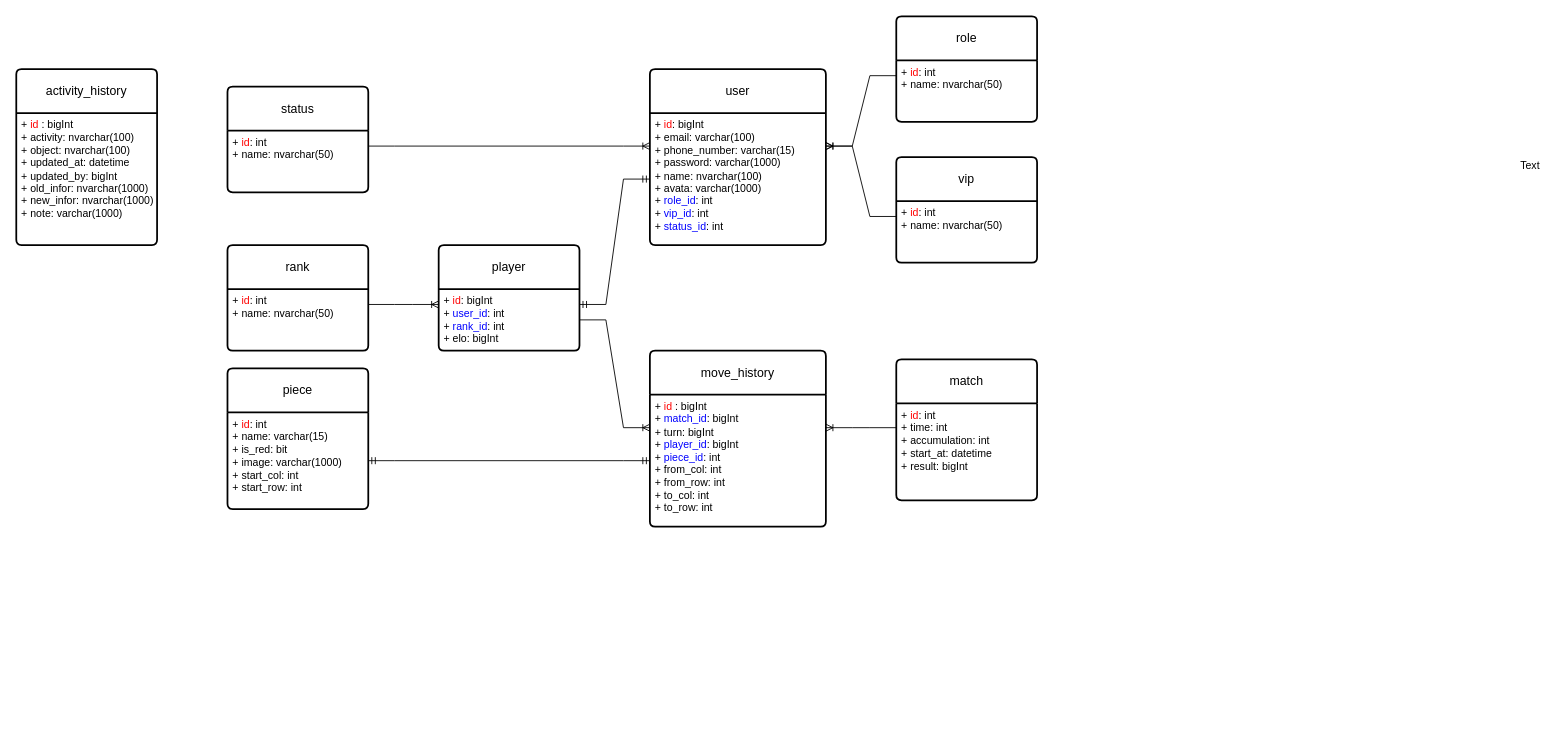
This is diagram/Untitled Diagram.drawio from vansi1804/ChineseChess, a draw.io file, before an edit. Source tidied: cells renumbered, new cells numbered last; positions are measured from the earlier drawing's top-left corner, leaving out a move shared by most shapes. Both pictures are drawn from the tidied source at 88%, with x=0, y=0 at pixel (16, 16).
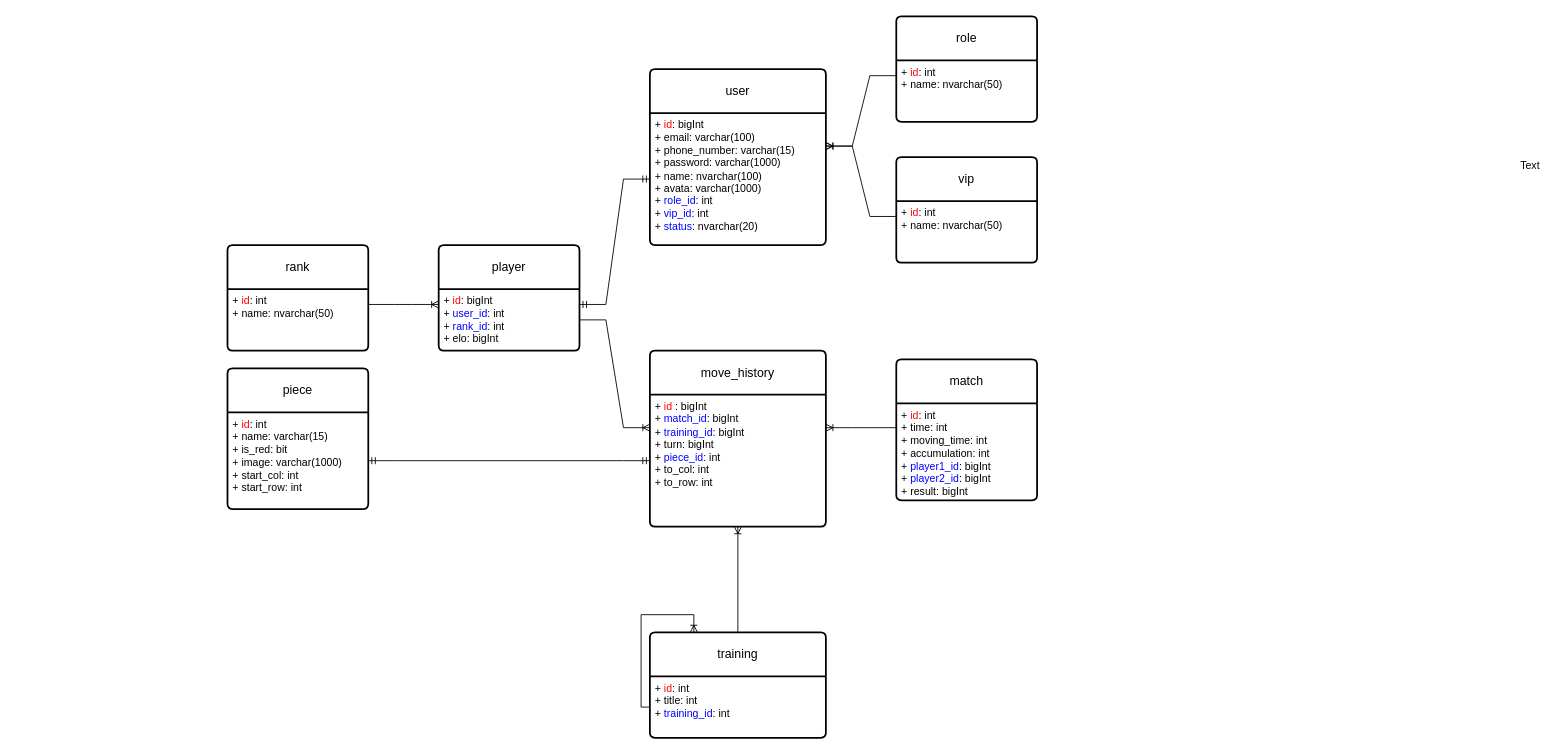
The same page after the edit.

The change refers to these unchanged cells:
```xml
<mxCell id="10" value="match" style="swimlane;horizontal=1;startSize=50;rounded=1;fontSize=14;fontStyle=0;strokeWidth=2;shadow=0;dashed=0;align=center;arcSize=4;whiteSpace=wrap;html=1;" parent="1" vertex="1">
  <mxGeometry x="1000" y="390" width="160" height="160" as="geometry" />
</mxCell>
<mxCell id="14" value="move_history" style="swimlane;horizontal=1;startSize=50;rounded=1;fontSize=14;fontStyle=0;strokeWidth=2;shadow=0;dashed=0;align=center;arcSize=4;whiteSpace=wrap;html=1;" parent="1" vertex="1">
  <mxGeometry x="720" y="380" width="200" height="200" as="geometry" />
</mxCell>
<mxCell id="18" value="user" style="swimlane;horizontal=1;startSize=50;rounded=1;fontSize=14;fontStyle=0;strokeWidth=2;shadow=0;dashed=0;align=center;arcSize=4;whiteSpace=wrap;html=1;" parent="1" vertex="1">
  <mxGeometry x="720" y="60" width="200" height="200" as="geometry" />
</mxCell>
```

What changed in the source:
```diff
@@
-    <mxCell id="11" value="+ &lt;font color=&quot;#ff0000&quot;&gt;id&lt;/font&gt;: int&amp;nbsp; &amp;nbsp; &amp;nbsp; &amp;nbsp; &amp;nbsp; &amp;nbsp; &amp;nbsp; &amp;nbsp; &amp;nbsp; &amp;nbsp; &amp;nbsp; &amp;nbsp; &amp;nbsp;&amp;nbsp;&lt;br&gt;+ time: int&lt;br&gt;+&amp;nbsp;accumulation: int&lt;br&gt;+ start_at: datetime&lt;br style=&quot;border-color: var(--border-color);&quot;&gt;+ result: bigInt&amp;nbsp; &amp;nbsp; &amp;nbsp; &amp;nbsp; &amp;nbsp;&lt;span style=&quot;background-color: initial;&quot;&gt;&amp;nbsp;&amp;nbsp;&lt;/span&gt;" style="align=left;strokeColor=none;fillColor=none;spacingLeft=4;fontSize=12;verticalAlign=top;html=1;" parent="10" vertex="1">
+    <mxCell id="11" value="+ &lt;font color=&quot;#ff0000&quot;&gt;id&lt;/font&gt;: int&amp;nbsp; &amp;nbsp; &amp;nbsp; &amp;nbsp; &amp;nbsp; &amp;nbsp; &amp;nbsp; &amp;nbsp; &amp;nbsp; &amp;nbsp; &amp;nbsp; &amp;nbsp; &amp;nbsp;&amp;nbsp;&lt;br&gt;+ time: int&lt;br&gt;+ moving_time: int&lt;br&gt;+&amp;nbsp;accumulation: int&lt;br&gt;+ &lt;font color=&quot;#0000ff&quot;&gt;player1_id&lt;/font&gt;: bigInt&lt;br style=&quot;border-color: var(--border-color);&quot;&gt;+ &lt;font color=&quot;#0000ff&quot;&gt;player2_id&lt;/font&gt;: bigInt&lt;br style=&quot;border-color: var(--border-color);&quot;&gt;+ result: bigInt&amp;nbsp; &amp;nbsp; &amp;nbsp; &amp;nbsp; &amp;nbsp;&lt;span style=&quot;background-color: initial;&quot;&gt;&amp;nbsp;&amp;nbsp;&lt;/span&gt;" style="align=left;strokeColor=none;fillColor=none;spacingLeft=4;fontSize=12;verticalAlign=top;html=1;" parent="10" vertex="1">
       <mxGeometry y="50" width="160" height="110" as="geometry" />
     </mxCell>
@@
-    <mxCell id="15" value="+ &lt;font color=&quot;#ff0000&quot;&gt;id &lt;/font&gt;: bigInt&amp;nbsp; &amp;nbsp; &amp;nbsp; &amp;nbsp; &amp;nbsp; &amp;nbsp; &amp;nbsp; &amp;nbsp;&amp;nbsp;&lt;br&gt;+ &lt;font color=&quot;#0000ff&quot;&gt;match_id&lt;/font&gt;: bigInt&amp;nbsp; &amp;nbsp; &amp;nbsp;&amp;nbsp;&lt;br&gt;+ turn: bigInt&amp;nbsp; &amp;nbsp; &amp;nbsp;&amp;nbsp;&lt;br&gt;+ &lt;font color=&quot;#0000ff&quot;&gt;player_id&lt;/font&gt;: bigInt&amp;nbsp; &amp;nbsp; &amp;nbsp;&lt;br&gt;+ &lt;font color=&quot;#0000ff&quot;&gt;piece_id&lt;/font&gt;: int&amp;nbsp; &amp;nbsp; &amp;nbsp; &amp;nbsp; &amp;nbsp; &amp;nbsp;&lt;br&gt;+ from_col: int&lt;br&gt;+ from_row: int&lt;br&gt;+ to_col: int&lt;br&gt;+ to_row: int" style="align=left;strokeColor=none;fillColor=none;spacingLeft=4;fontSize=12;verticalAlign=top;html=1;" parent="14" vertex="1">
+    <mxCell id="15" value="+ &lt;font color=&quot;#ff0000&quot;&gt;id &lt;/font&gt;: bigInt&amp;nbsp; &amp;nbsp; &amp;nbsp; &amp;nbsp; &amp;nbsp; &amp;nbsp; &amp;nbsp; &amp;nbsp;&amp;nbsp;&lt;br&gt;+ &lt;font color=&quot;#0000ff&quot;&gt;match_id&lt;/font&gt;: bigInt&lt;br&gt;+ &lt;font color=&quot;#0000ff&quot;&gt;training_id&lt;/font&gt;: bigInt&amp;nbsp; &amp;nbsp; &amp;nbsp;&amp;nbsp;&lt;br&gt;+ turn: bigInt&amp;nbsp; &amp;nbsp; &amp;nbsp;&lt;br&gt;+ &lt;font color=&quot;#0000ff&quot;&gt;piece_id&lt;/font&gt;: int&amp;nbsp;&lt;br&gt;+ to_col: int&lt;br&gt;+ to_row: int" style="align=left;strokeColor=none;fillColor=none;spacingLeft=4;fontSize=12;verticalAlign=top;html=1;" parent="14" vertex="1">
       <mxGeometry y="50" width="200" height="150" as="geometry" />
     </mxCell>
@@
-    <mxCell id="19" value="+ &lt;font color=&quot;#ff0000&quot;&gt;id&lt;/font&gt;: bigInt&amp;nbsp; &amp;nbsp; &amp;nbsp; &amp;nbsp; &amp;nbsp; &amp;nbsp; &amp;nbsp; &amp;nbsp; &amp;nbsp; &amp;nbsp; &amp;nbsp;&amp;nbsp;&lt;br style=&quot;border-color: var(--border-color);&quot;&gt;+ email: varchar(100)&lt;br style=&quot;border-color: var(--border-color);&quot;&gt;+ phone_number: varchar(15)&lt;br&gt;+ password: varchar(1000)&lt;br style=&quot;border-color: var(--border-color);&quot;&gt;+ name: nvarchar(100)&lt;br style=&quot;border-color: var(--border-color);&quot;&gt;+ avata: varchar(1000)&amp;nbsp; &amp;nbsp; &amp;nbsp; &amp;nbsp; &amp;nbsp; &amp;nbsp; &amp;nbsp; &amp;nbsp; &amp;nbsp;&lt;br style=&quot;border-color: var(--border-color);&quot;&gt;+&amp;nbsp;&lt;font style=&quot;border-color: var(--border-color);&quot; color=&quot;#0000ff&quot;&gt;role_id&lt;/font&gt;: int&amp;nbsp;&lt;br&gt;+ &lt;font color=&quot;#0000ff&quot;&gt;vip_id&lt;/font&gt;: int&lt;br&gt;+ &lt;font color=&quot;#0000ff&quot;&gt;status_id&lt;/font&gt;: int&lt;br&gt;&amp;nbsp;" style="align=left;strokeColor=none;fillColor=none;spacingLeft=4;fontSize=12;verticalAlign=top;html=1;" parent="18" vertex="1">
+    <mxCell id="19" value="+ &lt;font color=&quot;#ff0000&quot;&gt;id&lt;/font&gt;: bigInt&amp;nbsp; &amp;nbsp; &amp;nbsp; &amp;nbsp; &amp;nbsp; &amp;nbsp; &amp;nbsp; &amp;nbsp; &amp;nbsp; &amp;nbsp; &amp;nbsp;&amp;nbsp;&lt;br style=&quot;border-color: var(--border-color);&quot;&gt;+ email: varchar(100)&lt;br style=&quot;border-color: var(--border-color);&quot;&gt;+ phone_number: varchar(15)&lt;br&gt;+ password: varchar(1000)&lt;br style=&quot;border-color: var(--border-color);&quot;&gt;+ name: nvarchar(100)&lt;br style=&quot;border-color: var(--border-color);&quot;&gt;+ avata: varchar(1000)&amp;nbsp; &amp;nbsp; &amp;nbsp; &amp;nbsp; &amp;nbsp; &amp;nbsp; &amp;nbsp; &amp;nbsp; &amp;nbsp;&lt;br style=&quot;border-color: var(--border-color);&quot;&gt;+&amp;nbsp;&lt;font style=&quot;border-color: var(--border-color);&quot; color=&quot;#0000ff&quot;&gt;role_id&lt;/font&gt;: int&amp;nbsp;&lt;br&gt;+ &lt;font color=&quot;#0000ff&quot;&gt;vip_id&lt;/font&gt;: int&lt;br&gt;+ &lt;font color=&quot;#0000ff&quot;&gt;status&lt;/font&gt;: nvarchar(20)&lt;br&gt;&amp;nbsp;" style="align=left;strokeColor=none;fillColor=none;spacingLeft=4;fontSize=12;verticalAlign=top;html=1;" parent="18" vertex="1">
       <mxGeometry y="50" width="200" height="150" as="geometry" />
     </mxCell>
@@
-    <mxCell id="21" value="activity_history" style="swimlane;horizontal=1;startSize=50;rounded=1;fontSize=14;fontStyle=0;strokeWidth=2;shadow=0;dashed=0;align=center;arcSize=4;whiteSpace=wrap;html=1;" parent="1" vertex="1">
-      <mxGeometry y="60" width="160" height="200" as="geometry" />
-    </mxCell>
-    <mxCell id="22" value="+ &lt;font color=&quot;#ff0000&quot;&gt;id &lt;/font&gt;: bigInt&amp;nbsp; &amp;nbsp; &amp;nbsp; &amp;nbsp; &amp;nbsp; &amp;nbsp; &amp;nbsp; &amp;nbsp;&amp;nbsp;&lt;br&gt;+ activity: nvarchar(100)&lt;br&gt;+ object: nvarchar(100)&lt;br style=&quot;border-color: var(--border-color);&quot;&gt;+ updated_at: datetime&lt;br style=&quot;border-color: var(--border-color);&quot;&gt;+ updated_by: bigInt&lt;br&gt;+ old_infor: nvarchar(1000)&lt;br&gt;+ new_infor: nvarchar(1000)&lt;br&gt;+ note: varchar(1000)" style="align=left;strokeColor=none;fillColor=none;spacingLeft=4;fontSize=12;verticalAlign=top;html=1;" parent="21" vertex="1">
-      <mxGeometry y="50" width="160" height="150" as="geometry" />
-    </mxCell>
-    <mxCell id="23" value="status" style="swimlane;horizontal=1;startSize=50;rounded=1;fontSize=14;fontStyle=0;strokeWidth=2;shadow=0;dashed=0;align=center;arcSize=4;whiteSpace=wrap;html=1;" parent="1" vertex="1">
-      <mxGeometry x="240" y="80" width="160" height="120" as="geometry" />
-    </mxCell>
-    <mxCell id="24" value="+ &lt;font color=&quot;#ff0000&quot;&gt;id&lt;/font&gt;: int&amp;nbsp; &amp;nbsp; &amp;nbsp; &amp;nbsp; &amp;nbsp; &amp;nbsp; &amp;nbsp; &amp;nbsp; &amp;nbsp; &amp;nbsp; &amp;nbsp; &amp;nbsp; &amp;nbsp; &amp;nbsp;&amp;nbsp;&lt;br&gt;+ name: nvarchar(50)" style="align=left;strokeColor=none;fillColor=none;spacingLeft=4;fontSize=12;verticalAlign=top;html=1;" parent="23" vertex="1">
-      <mxGeometry y="50" width="160" height="70" as="geometry" />
-    </mxCell>
-    <mxCell id="25" style="edgeStyle=entityRelationEdgeStyle;fontSize=12;html=1;endArrow=ERoneToMany;rounded=0;entryX=0;entryY=0.25;entryDx=0;entryDy=0;exitX=1;exitY=0.25;exitDx=0;exitDy=0;" parent="1" edge="1" source="24" target="19">
-      <mxGeometry relative="1" as="geometry" />
-    </mxCell>
@@
+    <mxCell id="31" value="training" style="swimlane;horizontal=1;startSize=50;rounded=1;fontSize=14;fontStyle=0;strokeWidth=2;shadow=0;dashed=0;align=center;arcSize=4;whiteSpace=wrap;html=1;" parent="1" vertex="1">
+      <mxGeometry x="720" y="700" width="200" height="120" as="geometry" />
+    </mxCell>
+    <mxCell id="32" value="+ &lt;font color=&quot;#ff0000&quot;&gt;id&lt;/font&gt;: int&amp;nbsp; &amp;nbsp; &amp;nbsp; &amp;nbsp; &amp;nbsp; &amp;nbsp; &amp;nbsp; &amp;nbsp; &amp;nbsp; &amp;nbsp; &amp;nbsp; &amp;nbsp; &amp;nbsp;&amp;nbsp;&lt;br&gt;+ title: int&lt;br&gt;+ &lt;font color=&quot;#0000ff&quot;&gt;training_id&lt;/font&gt;: int&lt;br&gt;&amp;nbsp; &amp;nbsp; &amp;nbsp;&amp;nbsp;&lt;span style=&quot;background-color: initial;&quot;&gt;&amp;nbsp;&amp;nbsp;&lt;/span&gt;" style="align=left;strokeColor=none;fillColor=none;spacingLeft=4;fontSize=12;verticalAlign=top;html=1;" parent="31" vertex="1">
+      <mxGeometry y="50" width="200" height="70" as="geometry" />
+    </mxCell>
+    <mxCell id="33" style="fontSize=12;html=1;endArrow=ERoneToMany;rounded=0;exitX=0;exitY=0.5;exitDx=0;exitDy=0;entryX=0.25;entryY=0;entryDx=0;entryDy=0;edgeStyle=orthogonalEdgeStyle;" parent="31" edge="1" source="32" target="31">
+      <mxGeometry relative="1" as="geometry">
+        <Array as="points">
+          <mxPoint x="-10" y="85" />
+          <mxPoint x="-10" y="-20" />
+          <mxPoint x="50" y="-20" />
+        </Array>
+      </mxGeometry>
+    </mxCell>
+    <mxCell id="34" style="fontSize=12;html=1;endArrow=ERoneToMany;rounded=0;exitX=0.5;exitY=0;exitDx=0;exitDy=0;entryX=0.5;entryY=1;entryDx=0;entryDy=0;" parent="1" edge="1" source="31" target="15">
+      <mxGeometry relative="1" as="geometry" />
+    </mxCell>
```
